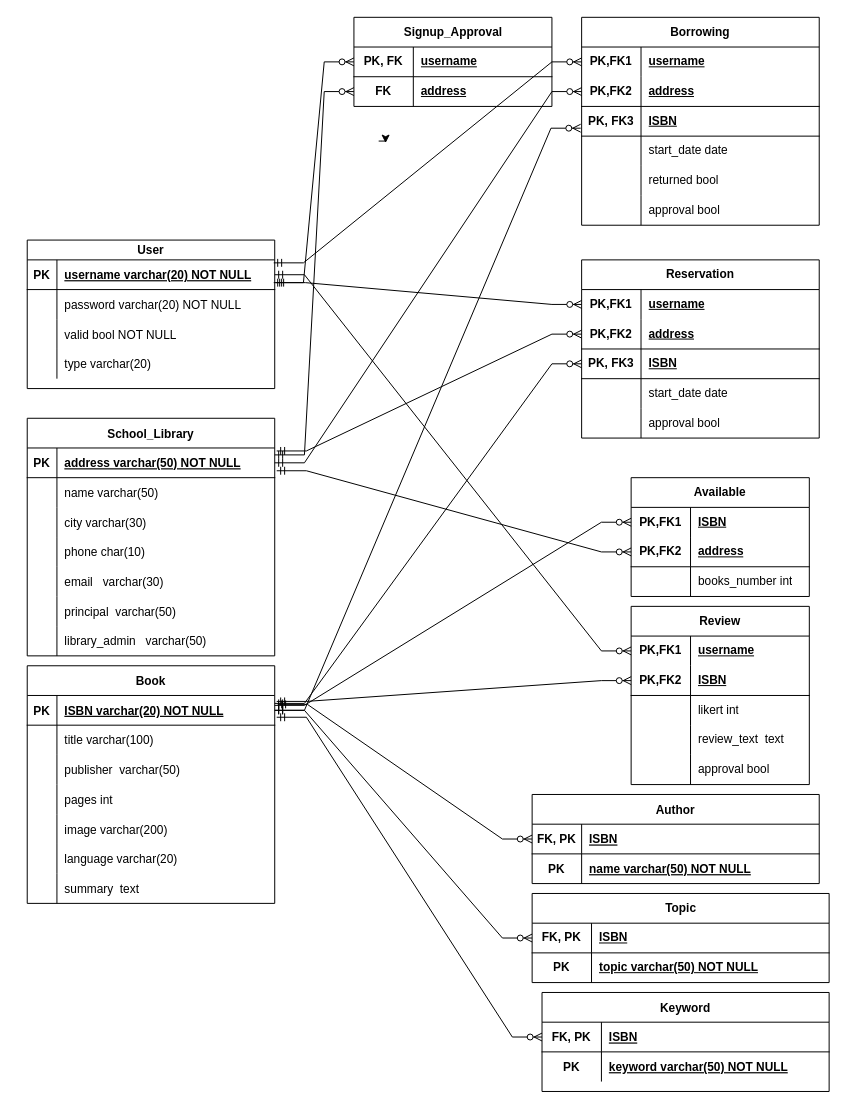
This is Relational Schema.drawio from ntua-el20069/school-library-app, a draw.io file, before an edit. Source tidied: cells renumbered, new cells numbered last; positions are measured from the earlier drawing's top-left corner, leaving out a move shared by most shapes. Both pictures are drawn from the tidied source at 99%, with x=0, y=0 at pixel (27, 17).
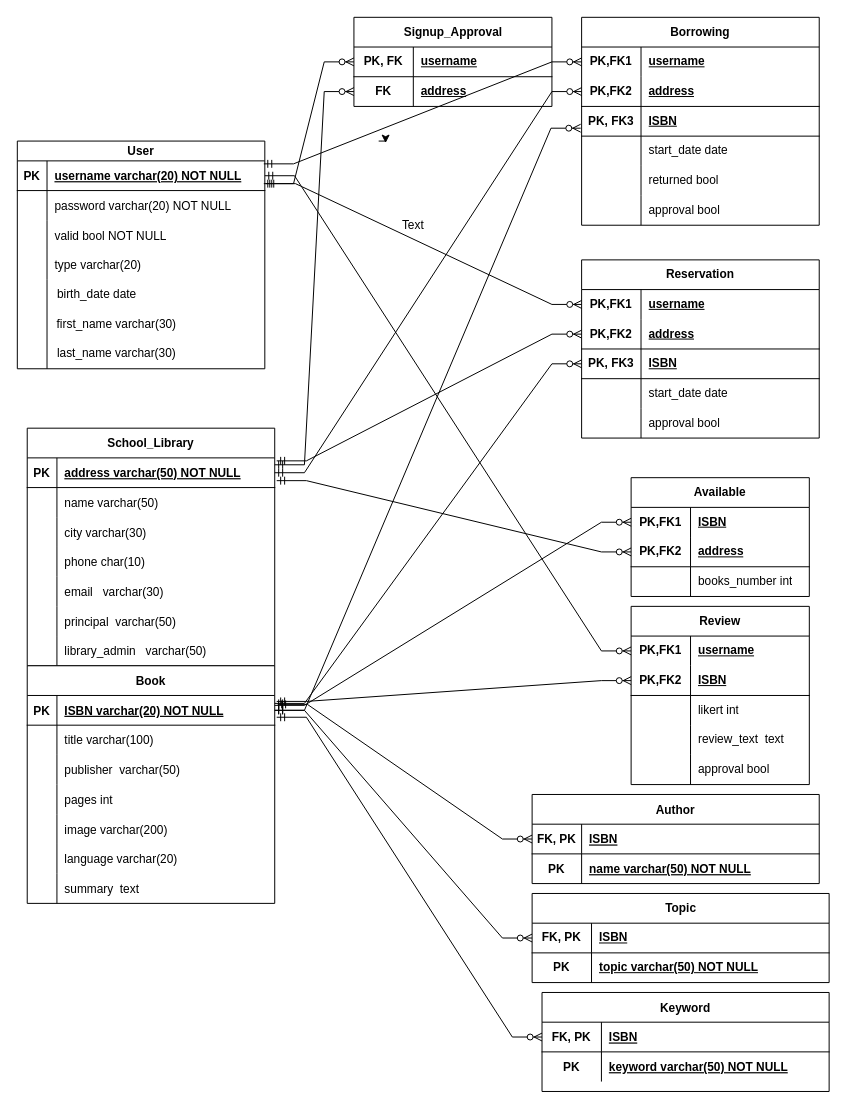
The same diagram, later.

Commit message:
Ενημέρωση Relational Schema birth_date, names .drawio

Change to the diagram source:
```diff
@@
     <mxCell id="9" value="User" style="shape=table;startSize=20;childLayout=tableLayout;rowLines=0;fontStyle=1;align=center;" parent="1" vertex="1">
-      <mxGeometry y="225" width="250" height="150" as="geometry" />
+      <mxGeometry x="-10" y="125" width="250" height="230" as="geometry" />
     </mxCell>
@@
     <mxCell id="22" value="School_Library" style="shape=table;startSize=30;childLayout=tableLayout;rowLines=0;fontStyle=1;align=center;" parent="1" vertex="1">
-      <mxGeometry y="405" width="250" height="240" as="geometry" />
+      <mxGeometry y="415" width="250" height="240" as="geometry" />
     </mxCell>
@@
+    <mxCell id="165" value="Text" style="text;html=1;strokeColor=none;fillColor=none;align=center;verticalAlign=middle;whiteSpace=wrap;rounded=0;" parent="1" vertex="1">
+      <mxGeometry x="360" y="195" width="60" height="30" as="geometry" />
+    </mxCell>
+    <mxCell id="166" value="birth_date date" style="text;html=1;align=center;verticalAlign=middle;strokeColor=none;fillColor=none;" parent="1" vertex="1">
+      <mxGeometry x="20" y="265" width="100" height="30" as="geometry" />
+    </mxCell>
+    <mxCell id="167" value="first_name varchar(30)" style="text;html=1;align=center;verticalAlign=middle;strokeColor=none;fillColor=none;" parent="1" vertex="1">
+      <mxGeometry x="20" y="295" width="140" height="30" as="geometry" />
+    </mxCell>
+    <mxCell id="168" value="last_name varchar(30)" style="text;html=1;align=center;verticalAlign=middle;strokeColor=none;fillColor=none;" parent="1" vertex="1">
+      <mxGeometry x="20" y="325" width="140" height="30" as="geometry" />
+    </mxCell>
+    <mxCell id="169" style="endArrow=none;html=1;rounded=0;" parent="1" edge="1">
+      <mxGeometry relative="1" as="geometry">
+        <mxPoint x="20" y="355" as="sourcePoint" />
+        <mxPoint x="20" y="265" as="targetPoint" />
+      </mxGeometry>
+    </mxCell>
```
